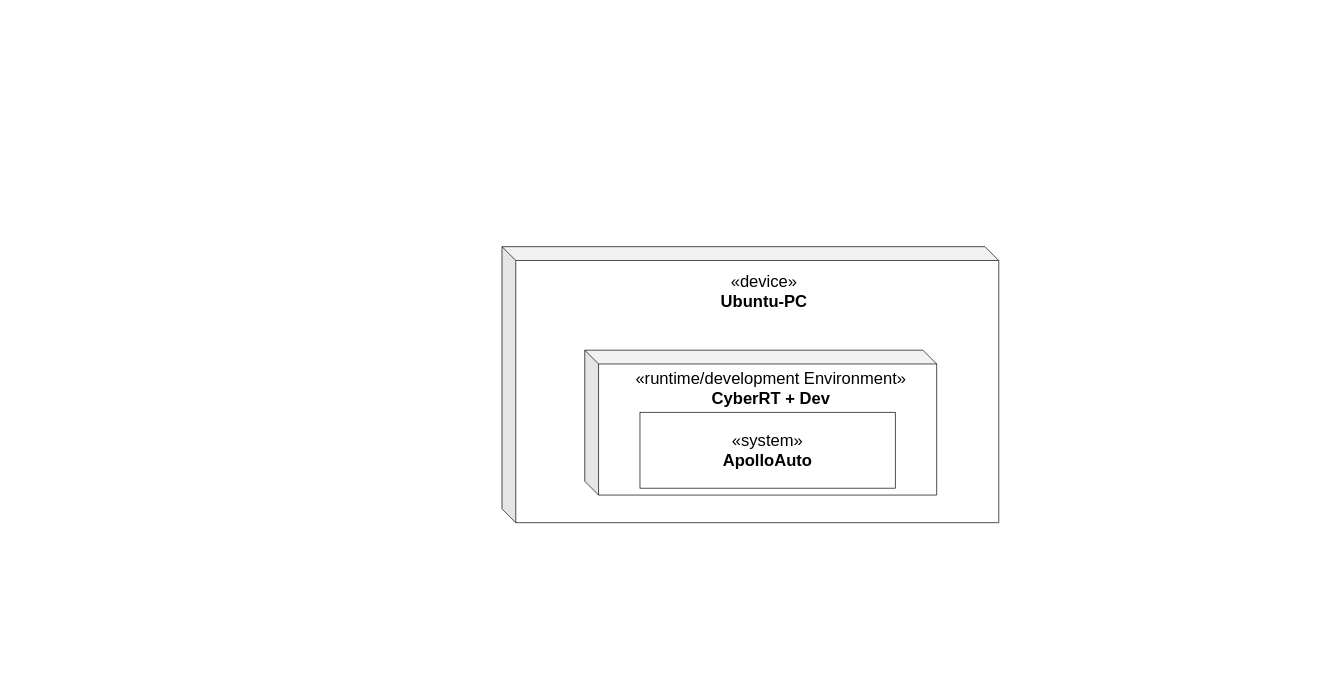
Before: build/pdf/images/VerteilungssichtInfrastruktur.drawio in Apollak11/arc42-asciidoc-apolloauto-SSIM, a draw.io diagram. Source tidied: cells renumbered, new cells numbered last; positions are measured from the earlier drawing's top-left corner, leaving out a move shared by most shapes. Both pictures are drawn from the tidied source at 69%, with x=0, y=0 at pixel (502, 246).
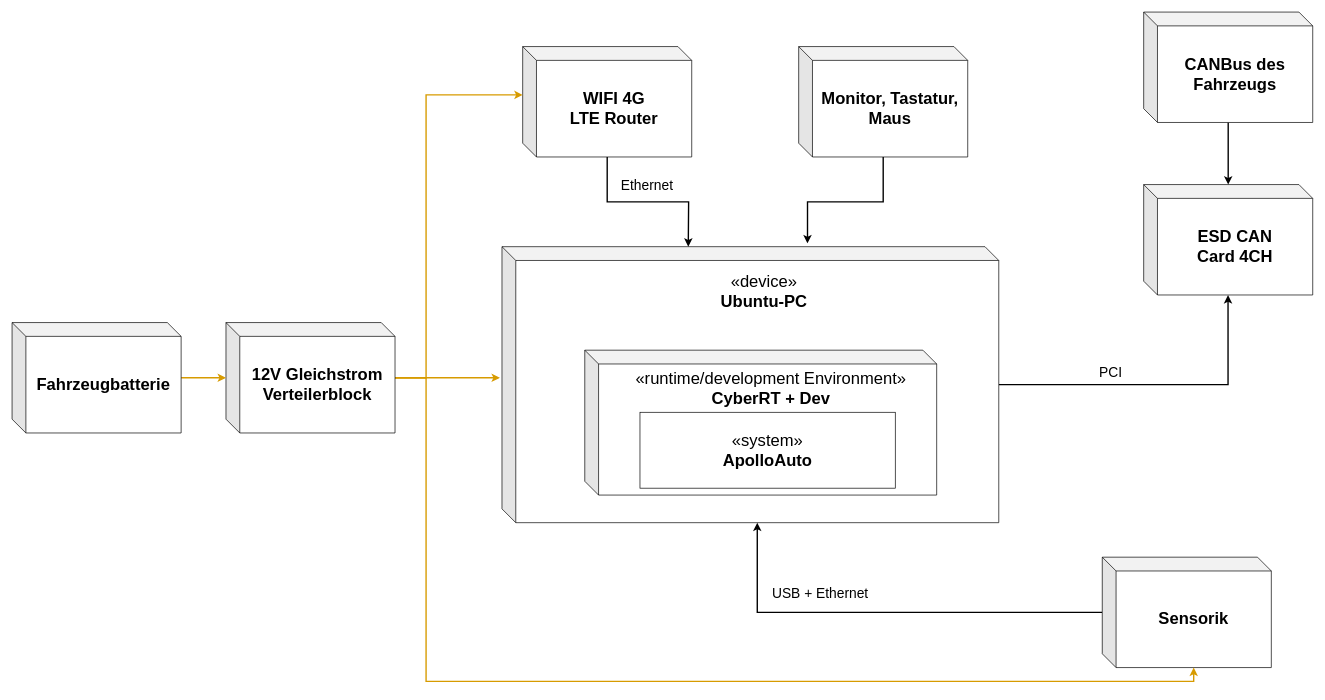
The same diagram, later.

The change refers to these unchanged cells:
```xml
<mxCell id="2" style="shape=cube;whiteSpace=wrap;html=1;boundedLbl=1;backgroundOutline=1;darkOpacity=0.05;darkOpacity2=0.1;" parent="1" vertex="1">
  <mxGeometry width="720" height="400" as="geometry" />
</mxCell>
```

Change to the diagram source:
```diff
@@
+    <mxCell id="7" style="edgeStyle=orthogonalEdgeStyle;rounded=0;jettySize=auto;html=1;entryX=0.499;entryY=1.001;entryDx=0;entryDy=0;entryPerimeter=0;strokeWidth=2;" parent="1" edge="1" source="2" target="14">
+      <mxGeometry relative="1" as="geometry" />
+    </mxCell>
+    <mxCell id="8" value="&lt;font style=&quot;font-size: 20px&quot;&gt;PCI&lt;/font&gt;" style="edgeLabel;html=1;align=center;verticalAlign=middle;" parent="7" vertex="1">
+      <mxGeometry x="-0.14" y="-5" relative="1" as="geometry">
+        <mxPoint x="-38" y="-25" as="offset" />
+      </mxGeometry>
+    </mxCell>
@@
+    <mxCell id="9" style="edgeStyle=orthogonalEdgeStyle;rounded=0;jettySize=auto;html=1;strokeWidth=2;" parent="1" edge="1" source="11">
+      <mxGeometry relative="1" as="geometry">
+        <mxPoint x="270" as="targetPoint" />
+      </mxGeometry>
+    </mxCell>
+    <mxCell id="10" value="&lt;font style=&quot;font-size: 20px&quot;&gt;Ethernet&lt;/font&gt;" style="edgeLabel;html=1;align=center;verticalAlign=middle;" parent="9" vertex="1">
+      <mxGeometry x="-0.29" relative="1" as="geometry">
+        <mxPoint x="34" y="-25" as="offset" />
+      </mxGeometry>
+    </mxCell>
+    <mxCell id="11" value="&lt;div style=&quot;font-size: 24px&quot;&gt;&lt;b&gt;&lt;font style=&quot;font-size: 24px&quot;&gt;WIFI 4G&lt;/font&gt;&lt;/b&gt;&lt;/div&gt;&lt;div style=&quot;font-size: 24px&quot;&gt;&lt;b&gt;&lt;font style=&quot;font-size: 24px&quot;&gt;LTE Router&lt;br&gt;&lt;/font&gt;&lt;/b&gt;&lt;/div&gt;" style="shape=cube;whiteSpace=wrap;html=1;boundedLbl=1;backgroundOutline=1;darkOpacity=0.05;darkOpacity2=0.1;" parent="1" vertex="1">
+      <mxGeometry x="30" y="-290" width="245" height="160" as="geometry" />
+    </mxCell>
+    <mxCell id="12" style="edgeStyle=orthogonalEdgeStyle;rounded=0;jettySize=auto;html=1;entryX=0.615;entryY=-0.012;entryDx=0;entryDy=0;entryPerimeter=0;strokeWidth=2;" parent="1" edge="1" source="13" target="2">
+      <mxGeometry relative="1" as="geometry" />
+    </mxCell>
+    <mxCell id="13" value="&lt;b&gt;&lt;font style=&quot;font-size: 24px&quot;&gt;Monitor, Tastatur, Maus&lt;br&gt;&lt;/font&gt;&lt;/b&gt;" style="shape=cube;whiteSpace=wrap;html=1;boundedLbl=1;backgroundOutline=1;darkOpacity=0.05;darkOpacity2=0.1;" parent="1" vertex="1">
+      <mxGeometry x="430" y="-290" width="245" height="160" as="geometry" />
+    </mxCell>
+    <mxCell id="14" value="&lt;div style=&quot;font-size: 24px&quot;&gt;&lt;b&gt;&lt;font style=&quot;font-size: 24px&quot;&gt;ESD CAN&lt;/font&gt;&lt;/b&gt;&lt;/div&gt;&lt;div style=&quot;font-size: 24px&quot;&gt;&lt;b&gt;&lt;font style=&quot;font-size: 24px&quot;&gt;Card 4CH&lt;br&gt;&lt;/font&gt;&lt;/b&gt;&lt;/div&gt;" style="shape=cube;whiteSpace=wrap;html=1;boundedLbl=1;backgroundOutline=1;darkOpacity=0.05;darkOpacity2=0.1;" parent="1" vertex="1">
+      <mxGeometry x="930" y="-90" width="245" height="160" as="geometry" />
+    </mxCell>
+    <mxCell id="15" style="edgeStyle=orthogonalEdgeStyle;rounded=0;jettySize=auto;html=1;strokeWidth=2;" parent="1" edge="1" source="16" target="14">
+      <mxGeometry relative="1" as="geometry" />
+    </mxCell>
+    <mxCell id="16" value="&lt;font style=&quot;font-size: 24px&quot;&gt;&lt;b&gt;CANBus des Fahrzeugs&lt;br&gt;&lt;/b&gt;&lt;/font&gt;" style="shape=cube;whiteSpace=wrap;html=1;boundedLbl=1;backgroundOutline=1;darkOpacity=0.05;darkOpacity2=0.1;" parent="1" vertex="1">
+      <mxGeometry x="930" y="-340" width="245" height="160" as="geometry" />
+    </mxCell>
+    <mxCell id="17" style="edgeStyle=orthogonalEdgeStyle;rounded=0;jettySize=auto;html=1;entryX=0;entryY=0;entryDx=370;entryDy=400;entryPerimeter=0;strokeWidth=2;" parent="1" edge="1" source="19" target="2">
+      <mxGeometry relative="1" as="geometry" />
+    </mxCell>
+    <mxCell id="18" value="&lt;font style=&quot;font-size: 20px&quot;&gt;USB + Ethernet&lt;br&gt;&lt;/font&gt;" style="edgeLabel;html=1;align=center;verticalAlign=middle;" parent="17" vertex="1">
+      <mxGeometry x="0.48" relative="1" as="geometry">
+        <mxPoint x="56" y="-30" as="offset" />
+      </mxGeometry>
+    </mxCell>
+    <mxCell id="19" value="&lt;b&gt;&lt;font style=&quot;font-size: 24px&quot;&gt;Sensorik&lt;/font&gt;&lt;/b&gt;" style="shape=cube;whiteSpace=wrap;html=1;boundedLbl=1;backgroundOutline=1;darkOpacity=0.05;darkOpacity2=0.1;" parent="1" vertex="1">
+      <mxGeometry x="870" y="450" width="245" height="160" as="geometry" />
+    </mxCell>
+    <mxCell id="20" style="edgeStyle=orthogonalEdgeStyle;rounded=0;jettySize=auto;html=1;strokeWidth=2;fillColor=#ffe6cc;strokeColor=#d79b00;" parent="1" edge="1" source="23">
+      <mxGeometry relative="1" as="geometry">
+        <mxPoint x="-3" y="190" as="targetPoint" />
+      </mxGeometry>
+    </mxCell>
+    <mxCell id="21" style="edgeStyle=orthogonalEdgeStyle;rounded=0;jettySize=auto;html=1;entryX=0;entryY=0;entryDx=0;entryDy=70;entryPerimeter=0;strokeWidth=2;fillColor=#ffe6cc;strokeColor=#d79b00;" parent="1" edge="1" source="23" target="11">
+      <mxGeometry relative="1" as="geometry">
+        <Array as="points">
+          <mxPoint x="-110" y="190" />
+          <mxPoint x="-110" y="-220" />
+        </Array>
+      </mxGeometry>
+    </mxCell>
+    <mxCell id="22" style="edgeStyle=orthogonalEdgeStyle;rounded=0;jettySize=auto;html=1;entryX=0;entryY=0;entryDx=132.5;entryDy=160;entryPerimeter=0;strokeWidth=2;fillColor=#ffe6cc;strokeColor=#d79b00;" parent="1" edge="1" source="23" target="19">
+      <mxGeometry relative="1" as="geometry">
+        <Array as="points">
+          <mxPoint x="-110" y="190" />
+          <mxPoint x="-110" y="630" />
+          <mxPoint x="1002" y="630" />
+        </Array>
+      </mxGeometry>
+    </mxCell>
+    <mxCell id="23" value="&lt;b&gt;&lt;font style=&quot;font-size: 24px&quot;&gt;12V Gleichstrom Verteilerblock&lt;br&gt;&lt;/font&gt;&lt;/b&gt;" style="shape=cube;whiteSpace=wrap;html=1;boundedLbl=1;backgroundOutline=1;darkOpacity=0.05;darkOpacity2=0.1;" parent="1" vertex="1">
+      <mxGeometry x="-400" y="110" width="245" height="160" as="geometry" />
+    </mxCell>
+    <mxCell id="24" style="edgeStyle=orthogonalEdgeStyle;rounded=0;jettySize=auto;html=1;strokeWidth=2;fillColor=#ffe6cc;strokeColor=#d79b00;" parent="1" edge="1" source="25" target="23">
+      <mxGeometry relative="1" as="geometry" />
+    </mxCell>
+    <mxCell id="25" value="&lt;b&gt;&lt;font style=&quot;font-size: 24px&quot;&gt;Fahrzeugbatterie&lt;/font&gt;&lt;/b&gt;" style="shape=cube;whiteSpace=wrap;html=1;boundedLbl=1;backgroundOutline=1;darkOpacity=0.05;darkOpacity2=0.1;" parent="1" vertex="1">
+      <mxGeometry x="-710" y="110" width="245" height="160" as="geometry" />
+    </mxCell>
```
